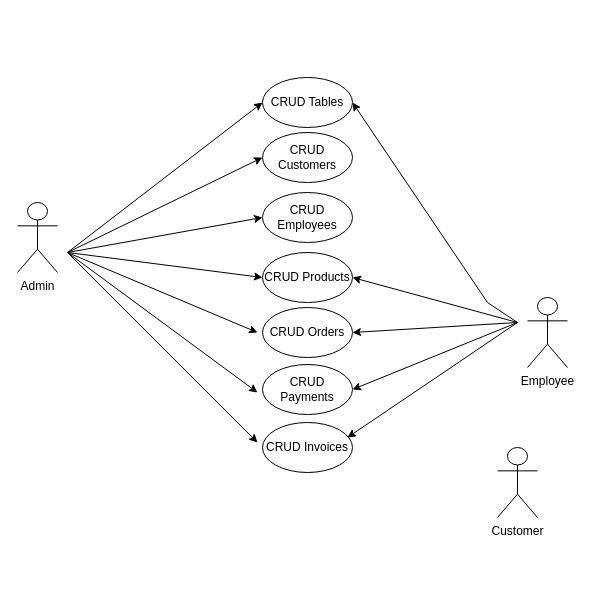
Earlier version of the draw.io diagram page "CU" (3 of 3) of Documents/Diagrama sin título.drawio (KevinAlvarezD/RestAdmin). Source tidied: cells renumbered, new cells numbered last; positions are measured from the earlier drawing's top-left corner, leaving out a move shared by most shapes. Both pictures are drawn from the tidied source at 100%, with x=0, y=0 at pixel (17, 77).
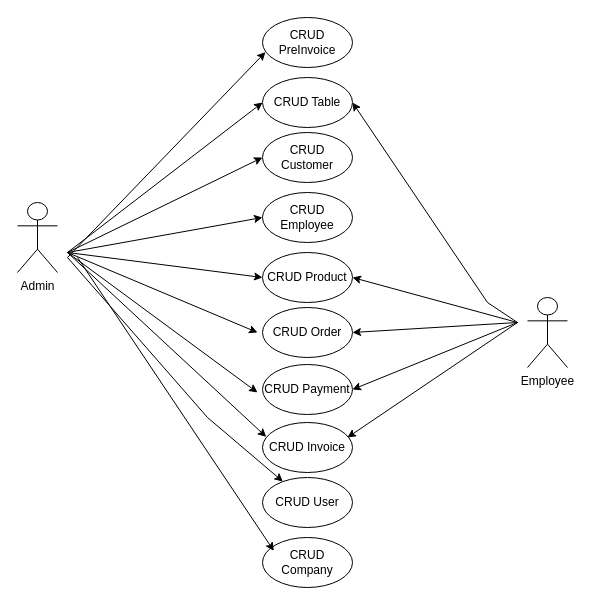
The same diagram, later.

Commit message:
the use case diagram is updated

The edit, as a diff of the source:
```diff
@@
-    <mxCell id="3" value="Customer" style="shape=umlActor;verticalLabelPosition=bottom;verticalAlign=top;html=1;" parent="1" vertex="1">
-      <mxGeometry x="480" y="370" width="40" height="70" as="geometry" />
-    </mxCell>
@@
-    <mxCell id="5" value="CRUD Customers" style="ellipse;whiteSpace=wrap;html=1;" parent="1" vertex="1">
+    <mxCell id="5" value="CRUD Customer" style="ellipse;whiteSpace=wrap;html=1;" parent="1" vertex="1">
       <mxGeometry x="245" y="55" width="90" height="50" as="geometry" />
     </mxCell>
-    <mxCell id="6" value="CRUD Tables" style="ellipse;whiteSpace=wrap;html=1;" parent="1" vertex="1">
+    <mxCell id="6" value="CRUD Table" style="ellipse;whiteSpace=wrap;html=1;" parent="1" vertex="1">
       <mxGeometry x="245" width="90" height="50" as="geometry" />
     </mxCell>
-    <mxCell id="7" value="CRUD Invoices" style="ellipse;whiteSpace=wrap;html=1;" parent="1" vertex="1">
+    <mxCell id="7" value="CRUD Invoice" style="ellipse;whiteSpace=wrap;html=1;" parent="1" vertex="1">
       <mxGeometry x="245" y="345" width="90" height="50" as="geometry" />
     </mxCell>
-    <mxCell id="8" value="CRUD Employees" style="ellipse;whiteSpace=wrap;html=1;" parent="1" vertex="1">
+    <mxCell id="8" value="CRUD Employee" style="ellipse;whiteSpace=wrap;html=1;" parent="1" vertex="1">
       <mxGeometry x="245" y="115" width="90" height="50" as="geometry" />
     </mxCell>
-    <mxCell id="9" value="CRUD Products" style="ellipse;whiteSpace=wrap;html=1;" parent="1" vertex="1">
+    <mxCell id="9" value="CRUD Product" style="ellipse;whiteSpace=wrap;html=1;" parent="1" vertex="1">
       <mxGeometry x="245" y="175" width="90" height="50" as="geometry" />
     </mxCell>
-    <mxCell id="10" value="CRUD Orders" style="ellipse;whiteSpace=wrap;html=1;" parent="1" vertex="1">
+    <mxCell id="10" value="CRUD Order" style="ellipse;whiteSpace=wrap;html=1;" parent="1" vertex="1">
       <mxGeometry x="245" y="230" width="90" height="50" as="geometry" />
     </mxCell>
-    <mxCell id="11" value="CRUD Payments" style="ellipse;whiteSpace=wrap;html=1;" parent="1" vertex="1">
+    <mxCell id="11" value="CRUD Payment" style="ellipse;whiteSpace=wrap;html=1;" parent="1" vertex="1">
       <mxGeometry x="245" y="287" width="90" height="50" as="geometry" />
     </mxCell>
@@
-    <mxCell id="18" style="endArrow=classic;html=1;rounded=0;" parent="1" edge="1">
+    <mxCell id="18" style="endArrow=classic;html=1;rounded=0;entryX=0.042;entryY=0.288;entryDx=0;entryDy=0;entryPerimeter=0;" parent="1" edge="1" target="7">
       <mxGeometry relative="1" as="geometry">
         <mxPoint x="50" y="175" as="sourcePoint" />
-        <mxPoint x="240" y="365" as="targetPoint" />
       </mxGeometry>
     </mxCell>
@@
+    <mxCell id="24" value="CRUD User" style="ellipse;whiteSpace=wrap;html=1;" parent="1" vertex="1">
+      <mxGeometry x="245" y="400" width="90" height="50" as="geometry" />
+    </mxCell>
+    <mxCell id="25" value="CRUD PreInvoice" style="ellipse;whiteSpace=wrap;html=1;" parent="1" vertex="1">
+      <mxGeometry x="245" y="-60" width="90" height="50" as="geometry" />
+    </mxCell>
+    <mxCell id="26" style="endArrow=classic;html=1;rounded=0;entryX=0.033;entryY=0.692;entryDx=0;entryDy=0;entryPerimeter=0;" parent="1" edge="1" target="25">
+      <mxGeometry relative="1" as="geometry">
+        <mxPoint x="50" y="180" as="sourcePoint" />
+      </mxGeometry>
+    </mxCell>
+    <mxCell id="27" style="endArrow=classic;html=1;rounded=0;" parent="1" edge="1" target="24">
+      <mxGeometry relative="1" as="geometry">
+        <mxPoint x="50" y="180" as="sourcePoint" />
+        <Array as="points">
+          <mxPoint x="190" y="340" />
+        </Array>
+      </mxGeometry>
+    </mxCell>
+    <mxCell id="28" value="CRUD Company" style="ellipse;whiteSpace=wrap;html=1;" parent="1" vertex="1">
+      <mxGeometry x="245" y="460" width="90" height="50" as="geometry" />
+    </mxCell>
+    <mxCell id="29" style="endArrow=classic;html=1;rounded=0;entryX=0.126;entryY=0.267;entryDx=0;entryDy=0;entryPerimeter=0;" parent="1" edge="1" target="28">
+      <mxGeometry relative="1" as="geometry">
+        <mxPoint x="60" y="180" as="sourcePoint" />
+      </mxGeometry>
+    </mxCell>
```
